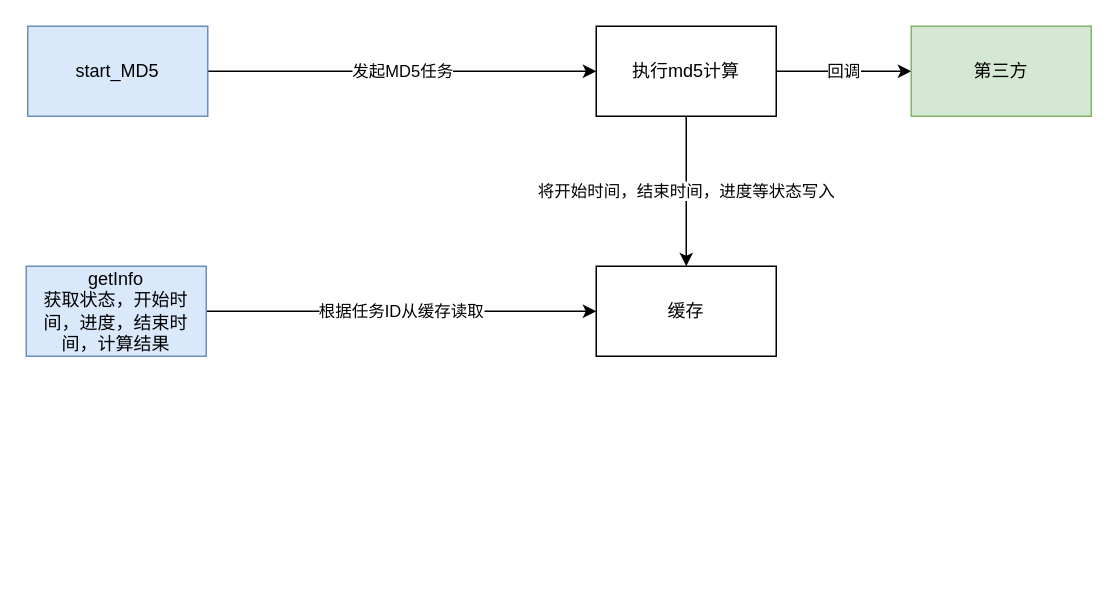
The draw.io diagram page "MD5执行端" (1 of 3) of md5.drawio in yzykami/MD5_draw, before the edit. Source tidied: cells renumbered, new cells numbered last; positions are measured from the earlier drawing's top-left corner, leaving out a move shared by most shapes. Both pictures are drawn from the tidied source at 150%, with x=0, y=0 at pixel (26, 26).
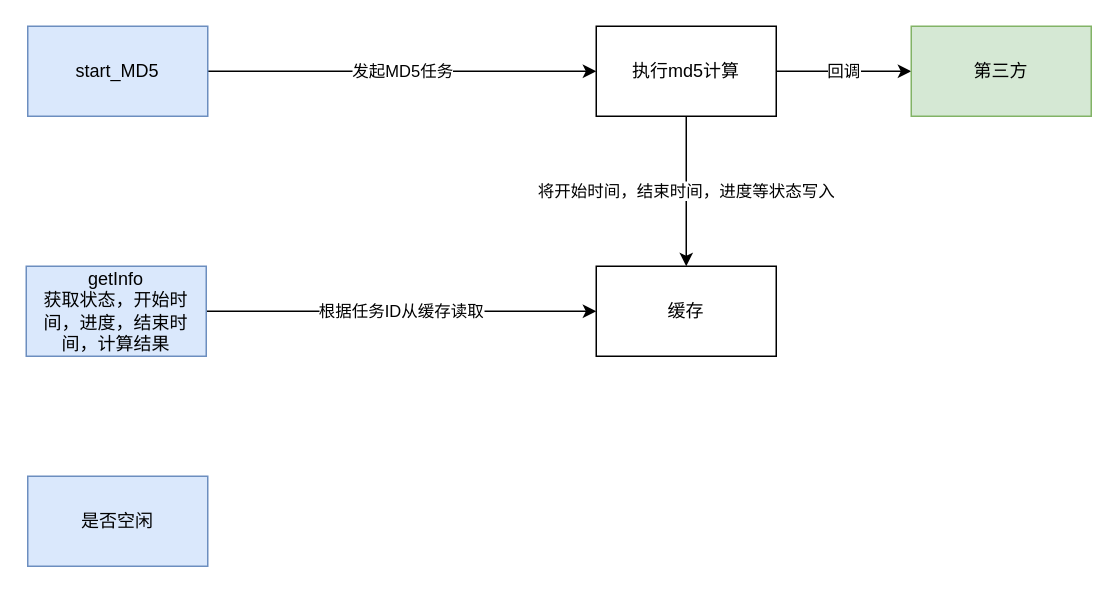
After the change.

Diff of the diagram source:
```diff
@@
 <mxGraphModel>
   <root>
     <mxCell id="0" />
     <mxCell id="1" parent="0" />
     <mxCell id="2" value="发起MD5任务" style="edgeStyle=orthogonalEdgeStyle;rounded=0;jettySize=auto;html=1;entryX=0;entryY=0.5;entryDx=0;entryDy=0;" parent="1" edge="1" source="3" target="8">
       <mxGeometry relative="1" as="geometry" />
     </mxCell>
     <mxCell id="3" value="start_MD5" style="rounded=0;whiteSpace=wrap;html=1;fillColor=#dae8fc;strokeColor=#6c8ebf;" parent="1" vertex="1">
       <mxGeometry x="1" width="120" height="60" as="geometry" />
     </mxCell>
     <mxCell id="4" value="根据任务ID从缓存读取" style="edgeStyle=orthogonalEdgeStyle;rounded=0;jettySize=auto;html=1;" parent="1" edge="1" source="5" target="9">
       <mxGeometry relative="1" as="geometry" />
     </mxCell>
     <mxCell id="5" value="getInfo&lt;br&gt;获取状态，开始时间，进度，结束时间，计算结果" style="rounded=0;whiteSpace=wrap;html=1;fillColor=#dae8fc;strokeColor=#6c8ebf;" parent="1" vertex="1">
       <mxGeometry y="160" width="120" height="60" as="geometry" />
     </mxCell>
     <mxCell id="6" value="将开始时间，结束时间，进度等状态写入" style="edgeStyle=orthogonalEdgeStyle;rounded=0;jettySize=auto;html=1;entryX=0.5;entryY=0;entryDx=0;entryDy=0;" parent="1" edge="1" source="8" target="9">
       <mxGeometry relative="1" as="geometry" />
     </mxCell>
     <mxCell id="7" value="回调" style="edgeStyle=orthogonalEdgeStyle;rounded=0;jettySize=auto;html=1;" parent="1" edge="1" source="8" target="10">
       <mxGeometry relative="1" as="geometry" />
     </mxCell>
     <mxCell id="8" value="执行md5计算" style="rounded=0;whiteSpace=wrap;html=1;" parent="1" vertex="1">
       <mxGeometry x="380" width="120" height="60" as="geometry" />
     </mxCell>
     <mxCell id="9" value="缓存" style="rounded=0;whiteSpace=wrap;html=1;" parent="1" vertex="1">
       <mxGeometry x="380" y="160" width="120" height="60" as="geometry" />
     </mxCell>
     <mxCell id="10" value="第三方" style="rounded=0;whiteSpace=wrap;html=1;fillColor=#d5e8d4;strokeColor=#82b366;" parent="1" vertex="1">
       <mxGeometry x="590" width="120" height="60" as="geometry" />
     </mxCell>
+    <mxCell id="11" value="是否空闲" style="rounded=0;whiteSpace=wrap;html=1;fillColor=#dae8fc;strokeColor=#6c8ebf;" parent="1" vertex="1">
+      <mxGeometry x="1" y="300" width="120" height="60" as="geometry" />
+    </mxCell>
   </root>
 </mxGraphModel>
```
